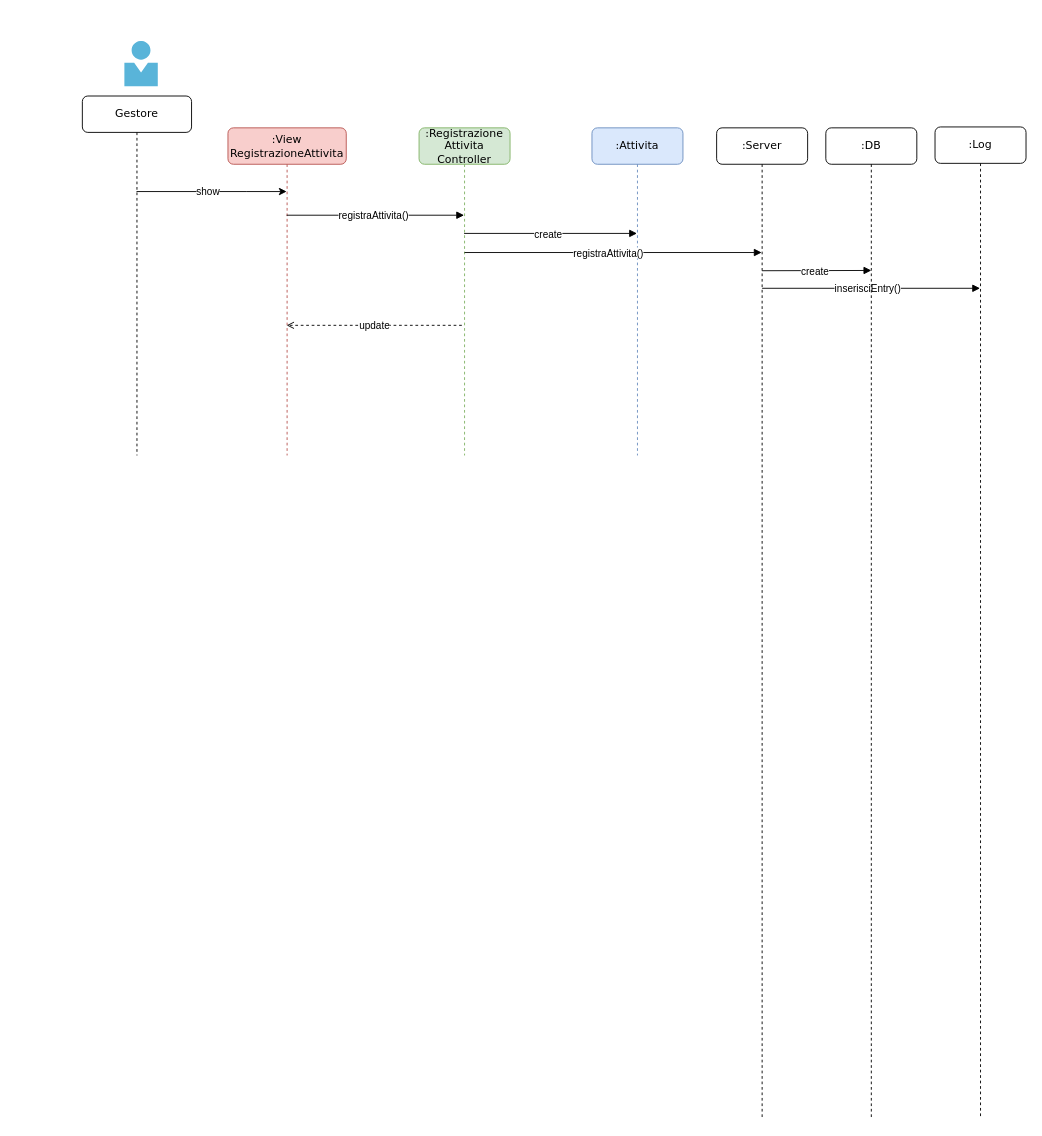
Earlier version of the draw.io diagram page "Attività" (4 of 7) of progettazione/dettaglio/dettaglioSequenza.drawio (Marco-Burattoni/Progetto-ids). Source tidied: cells renumbered, new cells numbered last; positions are measured from the earlier drawing's top-left corner, leaving out a move shared by most shapes. Both pictures are drawn from the tidied source at 91%, with x=0, y=0 at pixel (82, 41).
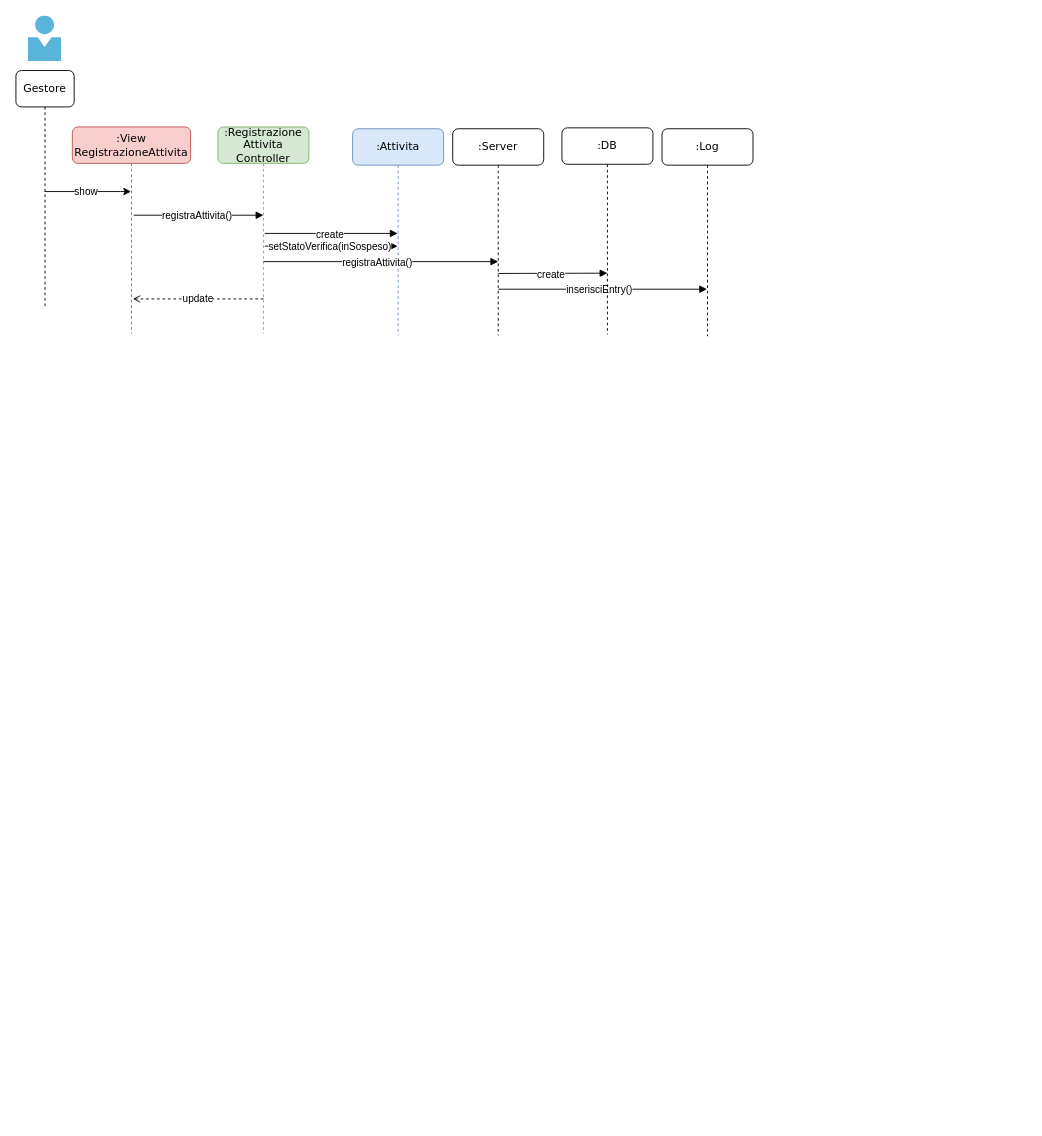
After the change.

The edit, as a diff of the source:
```diff
@@
     <mxCell id="2" value=":Registrazione&lt;br&gt;Attivita&lt;br&gt;Controller" style="shape=umlLifeline;perimeter=lifelinePerimeter;whiteSpace=wrap;html=1;rounded=1;shadow=0;comic=0;labelBackgroundColor=none;strokeWidth=1;fontFamily=Verdana;fontSize=12;align=center;fillColor=#d5e8d4;strokeColor=#82b366;" parent="1" vertex="1">
-      <mxGeometry x="370" y="95" width="100" height="360" as="geometry" />
+      <mxGeometry x="149" y="94" width="100" height="227" as="geometry" />
     </mxCell>
     <mxCell id="3" value=":Attivita" style="shape=umlLifeline;perimeter=lifelinePerimeter;whiteSpace=wrap;html=1;outlineConnect=0;rounded=1;shadow=0;comic=0;labelBackgroundColor=none;strokeWidth=1;fontFamily=Verdana;fontSize=12;align=center;fillColor=#dae8fc;strokeColor=#6c8ebf;" parent="1" vertex="1">
-      <mxGeometry x="560" y="95" width="100" height="360" as="geometry" />
+      <mxGeometry x="297" y="96" width="100" height="227" as="geometry" />
     </mxCell>
     <mxCell id="4" value=":View&lt;br&gt;RegistrazioneAttivita" style="shape=umlLifeline;perimeter=lifelinePerimeter;whiteSpace=wrap;html=1;outlineConnect=0;rounded=1;shadow=0;comic=0;labelBackgroundColor=none;strokeWidth=1;fontFamily=Verdana;fontSize=12;align=center;fillColor=#f8cecc;strokeColor=#b85450;size=40;" parent="1" vertex="1">
-      <mxGeometry x="160" y="95" width="130" height="360" as="geometry" />
+      <mxGeometry x="-11" y="94" width="130" height="227" as="geometry" />
     </mxCell>
     <mxCell id="5" value="&lt;font style=&quot;font-size: 11px; background-color: rgb(255, 255, 255);&quot; face=&quot;Helvetica&quot;&gt;registraAttivita()&lt;/font&gt;" style="html=1;verticalAlign=bottom;endArrow=block;labelBackgroundColor=none;fontFamily=Verdana;fontSize=12;edgeStyle=elbowEdgeStyle;elbow=vertical;rounded=0;" parent="1" edge="1">
       <mxGeometry x="-0.03" y="-10" relative="1" as="geometry">
-        <mxPoint x="224.5" y="191" as="sourcePoint" />
-        <mxPoint x="419.5" y="191" as="targetPoint" />
+        <mxPoint x="56.5" y="191" as="sourcePoint" />
+        <mxPoint x="199" y="191" as="targetPoint" />
         <Array as="points">
-          <mxPoint x="340" y="191" />
+          <mxPoint x="172" y="191" />
         </Array>
       </mxGeometry>
     </mxCell>
-    <mxCell id="6" value="update" style="rounded=0;jettySize=auto;html=1;dashed=1;endArrow=open;endFill=0;" parent="1" edge="1" target="4">
+    <mxCell id="6" value="update" style="rounded=0;orthogonalLoop=1;jettySize=auto;html=1;dashed=1;endArrow=open;endFill=0;" parent="1" edge="1">
       <mxGeometry relative="1" as="geometry">
-        <mxPoint x="417" y="312" as="sourcePoint" />
+        <mxPoint x="199" y="283" as="sourcePoint" />
+        <mxPoint x="55.5" y="283" as="targetPoint" />
       </mxGeometry>
     </mxCell>
-    <mxCell id="7" value="&lt;font style=&quot;font-size: 11px; background-color: rgb(255, 255, 255);&quot; face=&quot;Helvetica&quot;&gt;create&lt;/font&gt;" style="html=1;verticalAlign=bottom;endArrow=block;labelBackgroundColor=none;fontFamily=Verdana;fontSize=12;elbow=vertical;rounded=0;" parent="1" edge="1">
+    <mxCell id="7" value="&lt;font style=&quot;font-size: 11px; background-color: rgb(255, 255, 255);&quot; face=&quot;Helvetica&quot;&gt;create&lt;/font&gt;" style="html=1;verticalAlign=bottom;endArrow=block;labelBackgroundColor=none;fontFamily=Verdana;fontSize=12;elbow=vertical;rounded=0;" parent="1" edge="1" target="3">
       <mxGeometry x="-0.03" y="-10" relative="1" as="geometry">
-        <mxPoint x="419.5" y="211" as="sourcePoint" />
-        <mxPoint x="609.5" y="211" as="targetPoint" />
+        <mxPoint x="200.5" y="211" as="sourcePoint" />
       </mxGeometry>
     </mxCell>
     <mxCell id="8" value="show" style="endArrow=classic;html=1;rounded=0;labelBackgroundColor=#FFFFFF;fontFamily=Helvetica;fontSize=11;startArrow=none;startFill=0;" parent="1" edge="1" source="10" target="4">
       <mxGeometry x="-0.06" relative="1" as="geometry">
         <Array as="points">
-          <mxPoint x="180" y="165" />
+          <mxPoint x="42" y="165" />
         </Array>
       </mxGeometry>
     </mxCell>
     <mxCell id="9" style="sketch=0;html=1;align=center;image;fontSize=12;image=img/lib/mscae/Person.svg;fontFamily=Helvetica;" parent="1" vertex="1">
-      <mxGeometry x="46.5" width="37" height="50" as="geometry" />
+      <mxGeometry x="-59.5" y="-28" width="37" height="50" as="geometry" />
     </mxCell>
     <mxCell id="10" value="Gestore" style="shape=umlLifeline;perimeter=lifelinePerimeter;whiteSpace=wrap;html=1;outlineConnect=0;rounded=1;shadow=0;comic=0;labelBackgroundColor=none;strokeWidth=1;fontFamily=Verdana;fontSize=12;align=center;size=40;" parent="1" vertex="1">
-      <mxGeometry y="60" width="120" height="395" as="geometry" />
+      <mxGeometry x="-73" y="32" width="64" height="262" as="geometry" />
     </mxCell>
     <mxCell id="11" value=":Server" style="shape=umlLifeline;perimeter=lifelinePerimeter;whiteSpace=wrap;html=1;outlineConnect=0;rounded=1;shadow=0;labelBackgroundColor=none;comic=0;strokeWidth=1;fontFamily=Verdana;fontSize=12;" parent="1" vertex="1">
-      <mxGeometry x="697" y="95" width="100" height="1090" as="geometry" />
+      <mxGeometry x="407" y="96" width="100" height="227" as="geometry" />
     </mxCell>
-    <mxCell id="12" value="&lt;font style=&quot;font-size: 11px; background-color: rgb(255, 255, 255);&quot; face=&quot;Helvetica&quot;&gt;inserisciEntry()&lt;/font&gt;" style="html=1;verticalAlign=bottom;endArrow=block;labelBackgroundColor=none;fontFamily=Verdana;fontSize=12;elbow=vertical;rounded=0;" parent="11" edge="1">
+    <mxCell id="12" value="&lt;font style=&quot;font-size: 11px; background-color: rgb(255, 255, 255);&quot; face=&quot;Helvetica&quot;&gt;inserisciEntry()&lt;/font&gt;" style="html=1;verticalAlign=bottom;endArrow=block;labelBackgroundColor=none;fontFamily=Verdana;fontSize=12;elbow=vertical;rounded=0;" parent="11" edge="1" target="13">
       <mxGeometry x="-0.03" y="-10" relative="1" as="geometry">
         <mxPoint x="50" y="176.3" as="sourcePoint" />
-        <mxPoint x="289.5" y="176.3" as="targetPoint" />
       </mxGeometry>
     </mxCell>
+    <mxCell id="15" value="&lt;font style=&quot;font-size: 11px; background-color: rgb(255, 255, 255);&quot; face=&quot;Helvetica&quot;&gt;create&lt;/font&gt;" style="html=1;verticalAlign=bottom;endArrow=block;labelBackgroundColor=none;fontFamily=Verdana;fontSize=12;elbow=vertical;rounded=0;" parent="11" edge="1">
+      <mxGeometry x="-0.03" y="-10" relative="1" as="geometry">
+        <mxPoint x="50" y="159" as="sourcePoint" />
+        <mxPoint x="170" y="158.7" as="targetPoint" />
+      </mxGeometry>
+    </mxCell>
     <mxCell id="13" value=":Log" style="shape=umlLifeline;perimeter=lifelinePerimeter;whiteSpace=wrap;html=1;outlineConnect=0;rounded=1;shadow=0;labelBackgroundColor=none;comic=0;strokeWidth=1;fontFamily=Verdana;fontSize=12;" parent="1" vertex="1">
-      <mxGeometry x="937" y="94" width="100" height="1090" as="geometry" />
+      <mxGeometry x="637" y="96" width="100" height="228" as="geometry" />
     </mxCell>
     <mxCell id="14" value=":DB" style="shape=umlLifeline;perimeter=lifelinePerimeter;whiteSpace=wrap;html=1;rounded=1;shadow=0;labelBackgroundColor=none;comic=0;strokeWidth=1;fontFamily=Verdana;fontSize=12;" parent="1" vertex="1">
-      <mxGeometry x="817" y="95" width="100" height="1090" as="geometry" />
+      <mxGeometry x="527" y="95" width="100" height="227" as="geometry" />
     </mxCell>
-    <mxCell id="15" value="&lt;font style=&quot;font-size: 11px; background-color: rgb(255, 255, 255);&quot; face=&quot;Helvetica&quot;&gt;create&lt;/font&gt;" style="html=1;verticalAlign=bottom;endArrow=block;labelBackgroundColor=none;fontFamily=Verdana;fontSize=12;elbow=vertical;rounded=0;" parent="14" edge="1">
-      <mxGeometry x="-0.03" y="-10" relative="1" as="geometry">
-        <mxPoint x="-70" y="157" as="sourcePoint" />
-        <mxPoint x="50" y="156.7" as="targetPoint" />
-      </mxGeometry>
-    </mxCell>
-    <mxCell id="16" value="&lt;font style=&quot;font-size: 11px; background-color: rgb(255, 255, 255);&quot; face=&quot;Helvetica&quot;&gt;registraAttivita()&lt;/font&gt;" style="html=1;verticalAlign=bottom;endArrow=block;labelBackgroundColor=none;fontFamily=Verdana;fontSize=12;elbow=vertical;rounded=0;" parent="1" edge="1" target="11">
+    <mxCell id="16" value="&lt;font style=&quot;font-size: 11px; background-color: rgb(255, 255, 255);&quot; face=&quot;Helvetica&quot;&gt;registraAttivita()&lt;/font&gt;" style="html=1;verticalAlign=bottom;endArrow=block;labelBackgroundColor=none;fontFamily=Verdana;fontSize=12;elbow=vertical;rounded=0;" parent="1" edge="1">
       <mxGeometry x="-0.03" y="-10" relative="1" as="geometry">
-        <mxPoint x="420" y="232" as="sourcePoint" />
+        <mxPoint x="199" y="242" as="sourcePoint" />
+        <mxPoint x="457" y="242" as="targetPoint" />
       </mxGeometry>
     </mxCell>
+    <mxCell id="17" value="&lt;font style=&quot;font-size: 11px; background-color: rgb(255, 255, 255);&quot; face=&quot;Helvetica&quot;&gt;setStatoVerifica(inSospeso)&lt;/font&gt;" style="html=1;verticalAlign=bottom;endArrow=block;labelBackgroundColor=none;fontFamily=Verdana;fontSize=12;elbow=vertical;rounded=0;" parent="1" edge="1" target="3">
+      <mxGeometry x="-0.03" y="-10" relative="1" as="geometry">
+        <mxPoint x="200.5" y="225" as="sourcePoint" />
+      </mxGeometry>
+    </mxCell>
```
